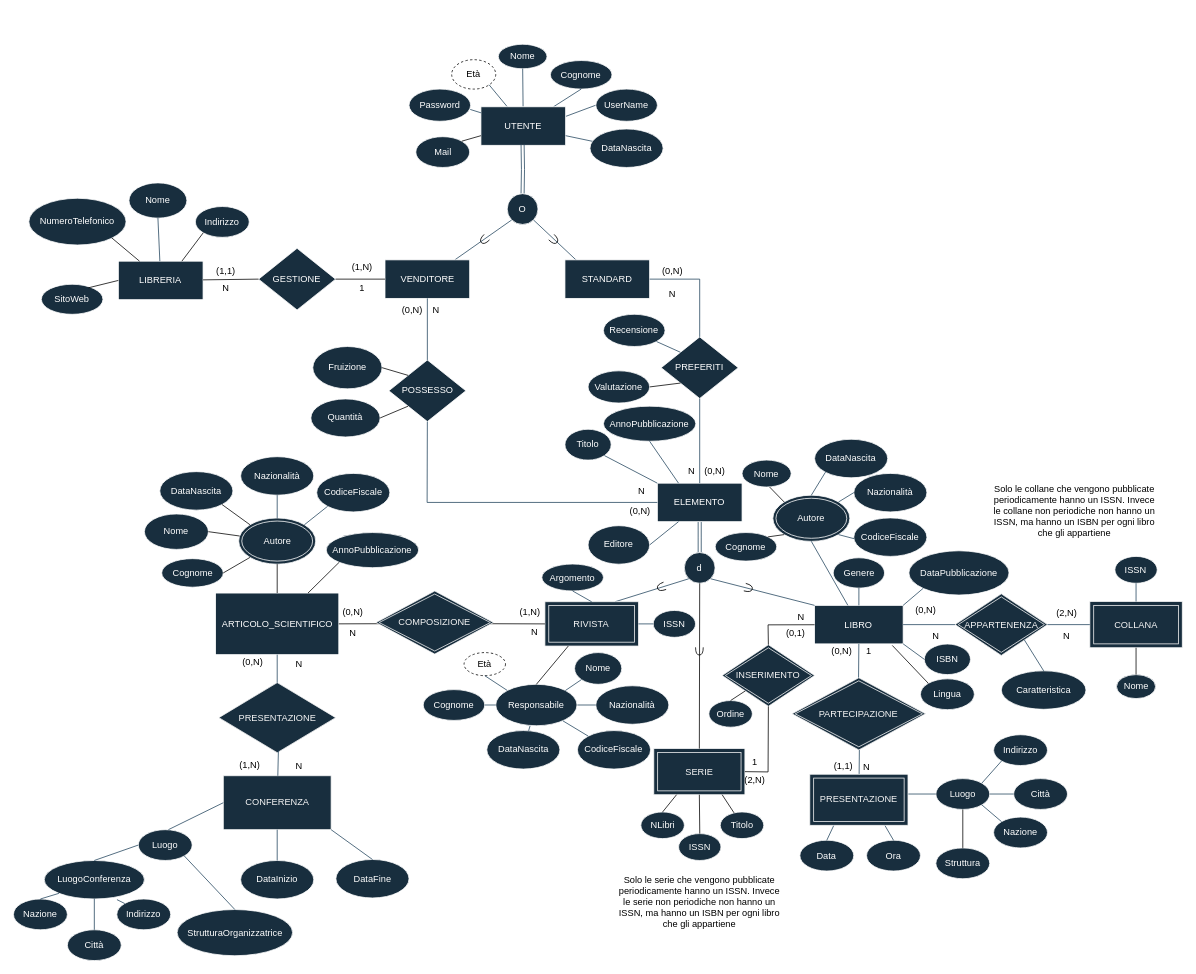
Before: DiagrammaER v1.3.1(ristrutturato).drawio in Giovk/Sistema-di-una-Bibleoteca-Digitale, a draw.io diagram. Source tidied: cells renumbered, new cells numbered last; positions are measured from the earlier drawing's top-left corner, leaving out a move shared by most shapes. Both pictures are drawn from the tidied source at 77%, with x=0, y=0 at pixel (13, 44).
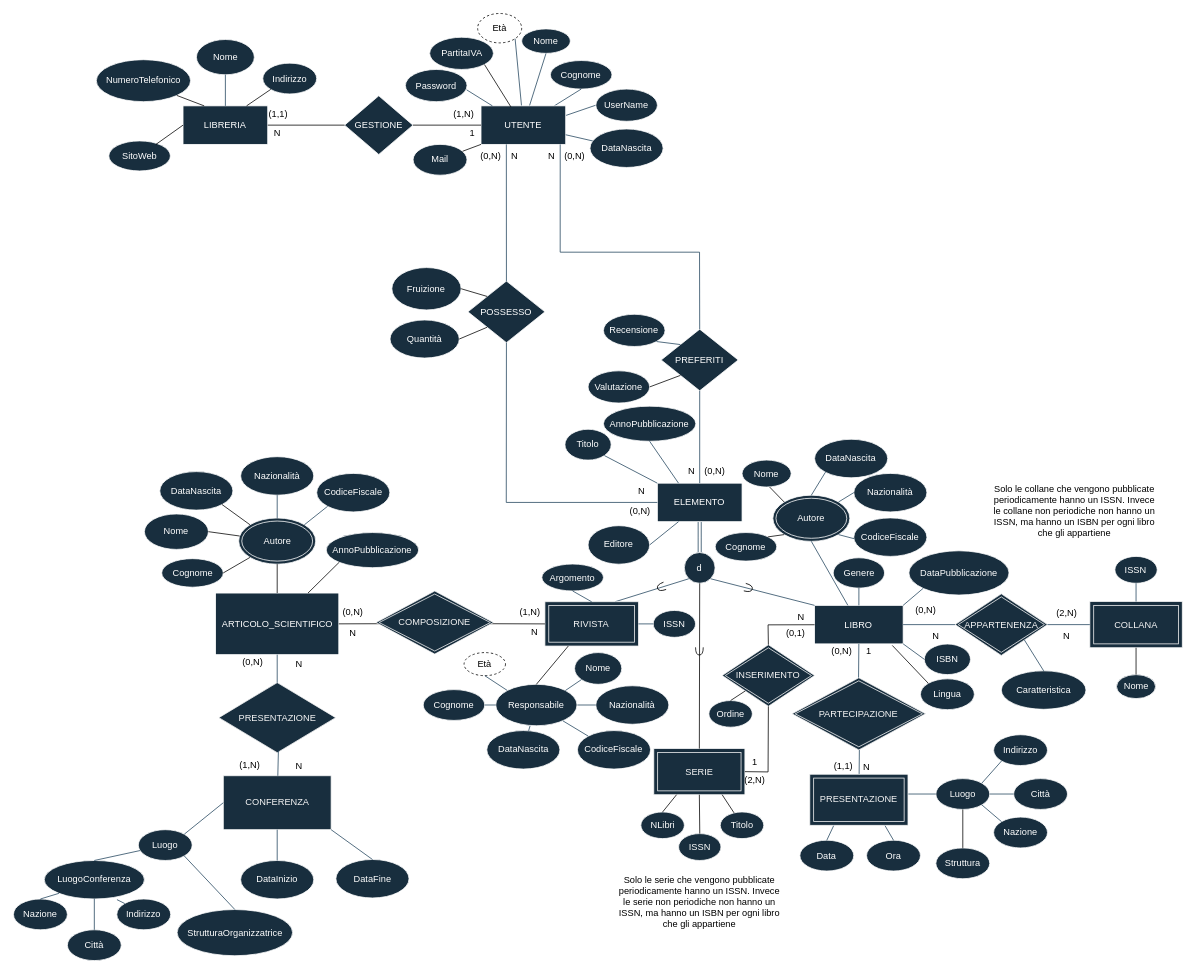
The same page after the edit.

The change refers to these unchanged cells:
```xml
<mxCell id="3" value="ELEMENTO" style="rounded=0;whiteSpace=wrap;html=1;fillColor=#182E3E;strokeColor=#FFFFFF;fontColor=#FFFFFF;" parent="1" vertex="1">
  <mxGeometry x="836.2" y="570" width="110" height="50" as="geometry" />
</mxCell>
<mxCell id="60" value="CONFERENZA" style="shape=ext;margin=3;whiteSpace=wrap;html=1;align=center;fillStyle=auto;strokeColor=#F5F5F5;fontColor=#F5F5F5;fillColor=#182E3E;" parent="1" vertex="1">
  <mxGeometry x="272.5" y="950" width="140" height="70" as="geometry" />
</mxCell>
<mxCell id="74" value="Luogo" style="ellipse;whiteSpace=wrap;html=1;fillColor=#182E3E;strokeColor=#FFFFFF;fontColor=#FFFFFF;" parent="1" vertex="1">
  <mxGeometry x="162.1" y="1020" width="70" height="40" as="geometry" />
</mxCell>
<mxCell id="80" value="LuogoConferenza" style="ellipse;whiteSpace=wrap;html=1;fillColor=#182E3E;strokeColor=#FFFFFF;fontColor=#FFFFFF;" parent="1" vertex="1">
  <mxGeometry x="40" y="1060" width="130" height="50" as="geometry" />
</mxCell>
```

What changed in the source:
```diff
@@
     <mxCell id="12" value="Nome" style="ellipse;whiteSpace=wrap;html=1;fillColor=#182E3E;strokeColor=#FFFFFF;fontColor=#FFFFFF;" parent="1" vertex="1">
-      <mxGeometry x="629.7" width="63.2" height="31.8" as="geometry" />
+      <mxGeometry x="660" y="-20" width="63.2" height="31.8" as="geometry" />
     </mxCell>
@@
     <mxCell id="18" value="Fruizione" style="ellipse;whiteSpace=wrap;html=1;fillColor=#182E3E;strokeColor=#FFFFFF;fontColor=#FFFFFF;" parent="1" vertex="1">
-      <mxGeometry x="388.7" y="392.5" width="90" height="55" as="geometry" />
+      <mxGeometry x="491.4" y="290" width="90" height="55" as="geometry" />
     </mxCell>
@@
     <mxCell id="48" value="&lt;font color=&quot;#000000&quot;&gt;Età&lt;/font&gt;" style="ellipse;whiteSpace=wrap;html=1;align=center;dashed=1;strokeColor=#000000;fontColor=#FFFFFF;fillColor=none;" parent="1" vertex="1">
-      <mxGeometry x="569.1" y="20" width="57.2" height="38.2" as="geometry" />
+      <mxGeometry x="602.8" y="-40" width="57.2" height="38.2" as="geometry" />
     </mxCell>
@@
-    <mxCell id="75" style="endArrow=none;html=1;rounded=0;strokeColor=#23445D;fontColor=#000000;entryX=0;entryY=0.5;entryDx=0;entryDy=0;" parent="1" edge="1" target="60">
-      <mxGeometry relative="1" as="geometry">
-        <mxPoint x="201.2" y="1020" as="sourcePoint" />
-      </mxGeometry>
+    <mxCell id="75" style="endArrow=none;html=1;rounded=0;strokeColor=#23445D;fontColor=#000000;entryX=0;entryY=0.5;entryDx=0;entryDy=0;exitX=1;exitY=0;exitDx=0;exitDy=0;" parent="1" edge="1" source="74" target="60">
+      <mxGeometry relative="1" as="geometry" />
     </mxCell>
@@
-    <mxCell id="81" style="endArrow=none;html=1;rounded=0;strokeColor=#23445D;fontColor=#000000;exitX=0.5;exitY=0;exitDx=0;exitDy=0;entryX=0;entryY=0.5;entryDx=0;entryDy=0;" parent="1" edge="1" source="80" target="74">
+    <mxCell id="81" style="endArrow=none;html=1;rounded=0;strokeColor=#23445D;fontColor=#000000;exitX=0.5;exitY=0;exitDx=0;exitDy=0;" parent="1" edge="1" source="80" target="74">
       <mxGeometry relative="1" as="geometry" />
     </mxCell>
@@
     <mxCell id="94" value="UTENTE" style="rounded=0;whiteSpace=wrap;html=1;fillColor=#182E3E;strokeColor=#FFFFFF;fontColor=#FFFFFF;" parent="1" vertex="1">
-      <mxGeometry x="607.1" y="81.2" width="110" height="50" as="geometry" />
+      <mxGeometry x="607.2" y="80" width="110" height="50" as="geometry" />
     </mxCell>
@@
     <mxCell id="96" value="Password" style="ellipse;whiteSpace=wrap;html=1;fillColor=#182E3E;strokeColor=#FFFFFF;fontColor=#FFFFFF;" parent="1" vertex="1">
-      <mxGeometry x="513.7" y="58.2" width="80" height="41.8" as="geometry" />
+      <mxGeometry x="509" y="32.7" width="80" height="41.8" as="geometry" />
     </mxCell>
@@
     <mxCell id="101" value="PREFERITI" style="rhombus;whiteSpace=wrap;html=1;fillColor=#182E3E;strokeColor=#FFFFFF;fontColor=#FFFFFF;" parent="1" vertex="1">
-      <mxGeometry x="841.2" y="380" width="100" height="80" as="geometry" />
+      <mxGeometry x="841.2" y="370" width="100" height="80" as="geometry" />
     </mxCell>
@@
-    <mxCell id="105" style="edgeStyle=orthogonalEdgeStyle;shape=link;rounded=0;jettySize=auto;html=1;strokeColor=#23445D;fontColor=#000000;" parent="1" edge="1" target="106">
-      <mxGeometry relative="1" as="geometry">
-        <mxPoint x="661.2" y="130" as="sourcePoint" />
-      </mxGeometry>
-    </mxCell>
-    <mxCell id="106" value="O" style="ellipse;whiteSpace=wrap;html=1;fillColor=#182E3E;strokeColor=#FFFFFF;fontColor=#FFFFFF;" parent="1" vertex="1">
-      <mxGeometry x="641.2" y="194" width="40" height="40" as="geometry" />
-    </mxCell>
-    <mxCell id="107" style="endArrow=none;html=1;rounded=0;entryX=1;entryY=1;entryDx=0;entryDy=0;exitX=0.227;exitY=0.2;exitDx=0;exitDy=0;startArrow=none;labelBackgroundColor=#FCE7CD;strokeColor=#23445D;exitPerimeter=0;" parent="1" edge="1" source="111" target="106">
-      <mxGeometry relative="1" as="geometry" />
-    </mxCell>
-    <mxCell id="108" style="endArrow=none;html=1;rounded=0;entryX=0;entryY=1;entryDx=0;entryDy=0;labelBackgroundColor=#FCE7CD;strokeColor=#23445D;" parent="1" edge="1" source="113" target="106">
-      <mxGeometry relative="1" as="geometry" />
-    </mxCell>
-    <mxCell id="109" style="shape=requiredInterface;html=1;verticalLabelPosition=bottom;sketch=0;strokeColor=#000000;fontColor=#000000;fillColor=none;rotation=45;" parent="1" vertex="1">
-      <mxGeometry x="697.2" y="249" width="10" height="10" as="geometry" />
-    </mxCell>
-    <mxCell id="110" style="shape=requiredInterface;html=1;verticalLabelPosition=bottom;sketch=0;strokeColor=#000000;fontColor=#000000;fillColor=none;rotation=-225;" parent="1" vertex="1">
-      <mxGeometry x="606.2" y="249" width="10" height="10" as="geometry" />
-    </mxCell>
-    <mxCell id="111" value="STANDARD" style="rounded=0;whiteSpace=wrap;html=1;fillColor=#182E3E;strokeColor=#FFFFFF;fontColor=#FFFFFF;" parent="1" vertex="1">
-      <mxGeometry x="716.2" y="280" width="110" height="50" as="geometry" />
-    </mxCell>
-    <mxCell id="112" style="endArrow=none;html=1;rounded=0;strokeColor=#23445D;fontColor=#000000;entryX=0.5;entryY=0;entryDx=0;entryDy=0;exitX=1;exitY=0.5;exitDx=0;exitDy=0;" parent="1" edge="1" source="111" target="101">
+    <mxCell id="112" style="endArrow=none;html=1;rounded=0;strokeColor=#23445D;fontColor=#000000;entryX=0.5;entryY=0;entryDx=0;entryDy=0;exitX=0.935;exitY=1;exitDx=0;exitDy=0;exitPerimeter=0;" parent="1" edge="1" source="94" target="101">
       <mxGeometry relative="1" as="geometry">
         <Array as="points">
-          <mxPoint x="891.2" y="305" />
+          <mxPoint x="710" y="270" />
+          <mxPoint x="891" y="270" />
         </Array>
       </mxGeometry>
     </mxCell>
-    <mxCell id="113" value="VENDITORE" style="rounded=0;whiteSpace=wrap;html=1;fillColor=#182E3E;strokeColor=#FFFFFF;fontColor=#FFFFFF;" parent="1" vertex="1">
-      <mxGeometry x="482.5" y="280" width="110" height="50" as="geometry" />
-    </mxCell>
     <mxCell id="114" value="POSSESSO" style="rhombus;whiteSpace=wrap;html=1;fillColor=#182E3E;strokeColor=#FFFFFF;fontColor=#FFFFFF;" parent="1" vertex="1">
-      <mxGeometry x="487.5" y="410" width="100" height="80" as="geometry" />
+      <mxGeometry x="590.2" y="307.5" width="100" height="80" as="geometry" />
     </mxCell>
-    <mxCell id="115" style="endArrow=none;html=1;rounded=0;strokeColor=#23445D;fontColor=#000000;exitX=0.5;exitY=0;exitDx=0;exitDy=0;entryX=0.5;entryY=1;entryDx=0;entryDy=0;" parent="1" edge="1" source="114" target="113">
-      <mxGeometry relative="1" as="geometry" />
+    <mxCell id="115" style="endArrow=none;html=1;rounded=0;strokeColor=#23445D;fontColor=#000000;exitX=0.5;exitY=0;exitDx=0;exitDy=0;entryX=0.5;entryY=1;entryDx=0;entryDy=0;" parent="1" edge="1" source="114">
+      <mxGeometry relative="1" as="geometry">
+        <mxPoint x="640.1" y="130" as="targetPoint" />
+      </mxGeometry>
     </mxCell>
     <mxCell id="116" style="endArrow=none;html=1;rounded=0;strokeColor=#23445D;fontColor=#000000;exitX=0.5;exitY=1;exitDx=0;exitDy=0;entryX=0;entryY=0.5;entryDx=0;entryDy=0;" parent="1" edge="1" source="114" target="3">
       <mxGeometry relative="1" as="geometry">
         <Array as="points">
-          <mxPoint x="537.2" y="595" />
+          <mxPoint x="640" y="595" />
         </Array>
       </mxGeometry>
     </mxCell>
     <mxCell id="117" value="(0,N)" style="text;html=1;strokeColor=none;fillColor=none;align=center;verticalAlign=middle;whiteSpace=wrap;rounded=0;fontColor=#000000;" parent="1" vertex="1">
-      <mxGeometry x="826.2" y="280" width="60" height="30" as="geometry" />
+      <mxGeometry x="699.2" y="130" width="60" height="30" as="geometry" />
     </mxCell>
@@
     <mxCell id="119" value="N" style="text;html=1;strokeColor=none;fillColor=none;align=center;verticalAlign=middle;whiteSpace=wrap;rounded=0;fontColor=#000000;" parent="1" vertex="1">
-      <mxGeometry x="826.2" y="310" width="60" height="30" as="geometry" />
+      <mxGeometry x="668.7" y="130" width="60" height="30" as="geometry" />
     </mxCell>
@@
     <mxCell id="121" value="(0,N)" style="text;html=1;strokeColor=none;fillColor=none;align=center;verticalAlign=middle;whiteSpace=wrap;rounded=0;fontColor=#000000;" parent="1" vertex="1">
-      <mxGeometry x="487.5" y="330" width="60" height="30" as="geometry" />
+      <mxGeometry x="590.1" y="130" width="60" height="30" as="geometry" />
     </mxCell>
@@
     <mxCell id="123" value="N" style="text;html=1;strokeColor=none;fillColor=none;align=center;verticalAlign=middle;whiteSpace=wrap;rounded=0;fontColor=#000000;" parent="1" vertex="1">
-      <mxGeometry x="518.8" y="330" width="60" height="30" as="geometry" />
+      <mxGeometry x="621.3" y="130" width="60" height="30" as="geometry" />
     </mxCell>
@@
     <mxCell id="127" value="GESTIONE" style="rhombus;whiteSpace=wrap;html=1;fillColor=#182E3E;strokeColor=#FFFFFF;fontColor=#FFFFFF;" parent="1" vertex="1">
-      <mxGeometry x="318.3" y="265" width="100" height="80" as="geometry" />
+      <mxGeometry x="430" y="66.9" width="88.8" height="76.2" as="geometry" />
     </mxCell>
     <mxCell id="128" value="LIBRERIA" style="rounded=0;whiteSpace=wrap;html=1;fillColor=#182E3E;strokeColor=#FFFFFF;fontColor=#FFFFFF;" parent="1" vertex="1">
-      <mxGeometry x="136.2" y="281.7" width="110" height="50" as="geometry" />
+      <mxGeometry x="220.2" y="80" width="110" height="50" as="geometry" />
     </mxCell>
-    <mxCell id="129" style="endArrow=none;html=1;rounded=0;entryX=0;entryY=0.5;entryDx=0;entryDy=0;" parent="1" edge="1" source="128" target="127">
+    <mxCell id="129" style="endArrow=none;html=1;rounded=0;entryX=0;entryY=0.5;entryDx=0;entryDy=0;exitX=1;exitY=0.5;exitDx=0;exitDy=0;" parent="1" edge="1" source="128" target="127">
       <mxGeometry relative="1" as="geometry" />
     </mxCell>
-    <mxCell id="130" style="endArrow=none;html=1;rounded=0;entryX=0;entryY=0.5;entryDx=0;entryDy=0;exitX=1;exitY=0.5;exitDx=0;exitDy=0;" parent="1" edge="1" source="127" target="113">
-      <mxGeometry relative="1" as="geometry" />
-    </mxCell>
     <mxCell id="131" value="(1,1)" style="text;html=1;strokeColor=none;fillColor=none;align=center;verticalAlign=middle;whiteSpace=wrap;rounded=0;" parent="1" vertex="1">
-      <mxGeometry x="246.2" y="279.7" width="60" height="30" as="geometry" />
+      <mxGeometry x="314" y="75.5" width="60" height="30" as="geometry" />
     </mxCell>
     <mxCell id="132" value="(1,N)" style="text;html=1;strokeColor=none;fillColor=none;align=center;verticalAlign=middle;whiteSpace=wrap;rounded=0;" parent="1" vertex="1">
-      <mxGeometry x="422.5" y="274.7" width="60" height="30" as="geometry" />
+      <mxGeometry x="554.7" y="75.5" width="60" height="30" as="geometry" />
     </mxCell>
     <mxCell id="133" value="N" style="text;html=1;strokeColor=none;fillColor=none;align=center;verticalAlign=middle;whiteSpace=wrap;rounded=0;fontColor=#000000;" parent="1" vertex="1">
-      <mxGeometry x="246.2" y="301.7" width="60" height="30" as="geometry" />
+      <mxGeometry x="312.5" y="100" width="60" height="30" as="geometry" />
     </mxCell>
     <mxCell id="134" value="1" style="text;html=1;strokeColor=none;fillColor=none;align=center;verticalAlign=middle;whiteSpace=wrap;rounded=0;fontColor=#000000;" parent="1" vertex="1">
-      <mxGeometry x="422.5" y="301.7" width="60" height="30" as="geometry" />
+      <mxGeometry x="566.3" y="97.6" width="60" height="35.5" as="geometry" />
     </mxCell>
     <mxCell id="135" value="Nome" style="ellipse;whiteSpace=wrap;html=1;fillColor=#182E3E;strokeColor=#FFFFFF;fontColor=#FFFFFF;" parent="1" vertex="1">
-      <mxGeometry x="150" y="180" width="75.2" height="45.8" as="geometry" />
+      <mxGeometry x="237.6" y="-6.2" width="75.2" height="45.8" as="geometry" />
     </mxCell>
@@
     <mxCell id="137" value="Indirizzo" style="ellipse;whiteSpace=wrap;html=1;fillColor=#182E3E;strokeColor=#FFFFFF;fontColor=#FFFFFF;" parent="1" vertex="1">
-      <mxGeometry x="236.2" y="210.7" width="70" height="40" as="geometry" />
+      <mxGeometry x="323.8" y="24.5" width="70" height="40" as="geometry" />
     </mxCell>
@@
     <mxCell id="139" value="NumeroTelefonico" style="ellipse;whiteSpace=wrap;html=1;fillColor=#182E3E;strokeColor=#FFFFFF;fontColor=#FFFFFF;" parent="1" vertex="1">
-      <mxGeometry x="20" y="200" width="126.2" height="60.7" as="geometry" />
+      <mxGeometry x="107.6" y="20" width="122.4" height="54.5" as="geometry" />
     </mxCell>
@@
-    <mxCell id="141" value="Mail" style="ellipse;whiteSpace=wrap;html=1;fillColor=#182E3E;strokeColor=#FFFFFF;fontColor=#FFFFFF;" parent="1" vertex="1">
-      <mxGeometry x="522.5" y="120" width="70" height="40" as="geometry" />
+    <mxCell id="141" value="Mail" style="ellipse;whiteSpace=wrap;html=1;fillColor=#182E3E;strokeColor=#FFFFFF;fontColor=#FFFFFF;direction=west;" parent="1" vertex="1">
+      <mxGeometry x="519" y="130" width="70" height="40" as="geometry" />
     </mxCell>
-    <mxCell id="142" style="endArrow=none;html=1;rounded=0;exitX=1;exitY=0;exitDx=0;exitDy=0;entryX=0;entryY=0.75;entryDx=0;entryDy=0;" parent="1" edge="1" source="141" target="94">
+    <mxCell id="142" style="endArrow=none;html=1;rounded=0;entryX=0;entryY=1;entryDx=0;entryDy=0;" parent="1" edge="1" source="141" target="94">
       <mxGeometry relative="1" as="geometry" />
     </mxCell>
     <mxCell id="143" value="SitoWeb" style="ellipse;whiteSpace=wrap;html=1;fillColor=#182E3E;strokeColor=#FFFFFF;fontColor=#FFFFFF;" parent="1" vertex="1">
-      <mxGeometry x="36.2" y="311.7" width="80" height="39" as="geometry" />
+      <mxGeometry x="123.8" y="125.5" width="80" height="39" as="geometry" />
     </mxCell>
@@
     <mxCell id="146" value="Quantità" style="ellipse;whiteSpace=wrap;html=1;fillColor=#182E3E;strokeColor=#FFFFFF;fontColor=#FFFFFF;" parent="1" vertex="1">
-      <mxGeometry x="386.2" y="460.6" width="90" height="49.4" as="geometry" />
+      <mxGeometry x="489" y="358.1" width="90" height="49.4" as="geometry" />
     </mxCell>
@@
+    <mxCell id="218" style="endArrow=none;html=1;rounded=0;exitX=1;exitY=0.5;exitDx=0;exitDy=0;entryX=0;entryY=0.5;entryDx=0;entryDy=0;" parent="1" edge="1" source="127" target="94">
+      <mxGeometry relative="1" as="geometry" />
+    </mxCell>
+    <mxCell id="219" value="PartitaIVA" style="ellipse;whiteSpace=wrap;html=1;fillColor=#182E3E;strokeColor=#FFFFFF;fontColor=#FFFFFF;" parent="1" vertex="1">
+      <mxGeometry x="540.5" y="-9.1" width="82.8" height="41.8" as="geometry" />
+    </mxCell>
+    <mxCell id="220" style="endArrow=none;html=1;rounded=0;entryX=0.353;entryY=0.027;entryDx=0;entryDy=0;entryPerimeter=0;exitX=1;exitY=1;exitDx=0;exitDy=0;" parent="1" edge="1" source="219" target="94">
+      <mxGeometry relative="1" as="geometry" />
+    </mxCell>
```
